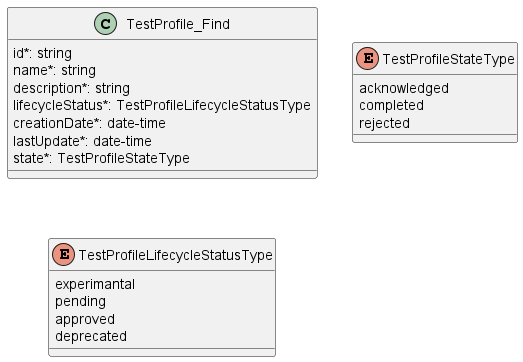
The PlantUML diagram documentation/serviceApi/sft/serviceTest/media/useCase2Model.png in MEF-GIT/MEF-LSO-Legato-SDK, before a commit. Source of this version:
```plantuml
@startuml useCase2Model

class TestProfile_Find {

    id*: string
    name*: string
    description*: string
    lifecycleStatus*: TestProfileLifecycleStatusType
    creationDate*: date-time
    lastUpdate*: date-time
    state*: TestProfileStateType
}

enum TestProfileStateType {

    acknowledged
    completed
    rejected
}


enum TestProfileLifecycleStatusType {
    experimantal
    pending
    approved
    deprecated
}

@enduml
```
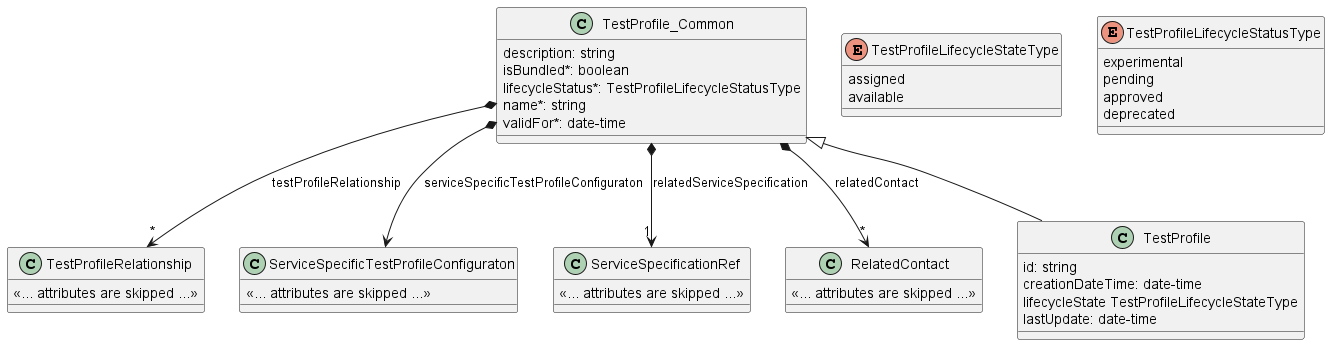
Above is the later version.

What changed in the source:
```diff
@@ -1,29 +1,60 @@
 @startuml useCase2Model
 
-class TestProfile_Find {
+class TestProfile_Common {
 
-    id*: string
+    description: string
+    isBundled*: boolean
+    lifecycleStatus*: TestProfileLifecycleStatusType
     name*: string
-    description*: string
-    lifecycleStatus*: TestProfileLifecycleStatusType
-    creationDate*: date-time
-    lastUpdate*: date-time
-    state*: TestProfileStateType
+    validFor*: date-time
 }
 
-enum TestProfileStateType {
-
-    acknowledged
-    completed
-    rejected
-}
+TestProfile_Common *-->"*" TestProfileRelationship : testProfileRelationship
+TestProfile_Common *--> ServiceSpecificTestProfileConfiguraton : serviceSpecificTestProfileConfiguraton
+TestProfile_Common *-->"1" ServiceSpecificationRef : relatedServiceSpecification
+TestProfile_Common *-->"*" RelatedContact : relatedContact
 
 
+class TestProfile {
+
+    id: string
+    creationDateTime: date-time
+    lifecycleState TestProfileLifecycleStateType
+    lastUpdate: date-time
+}
+TestProfile_Common <|-- TestProfile
+
+enum TestProfileLifecycleStateType {
+
+    assigned
+    available
+}
 enum TestProfileLifecycleStatusType {
-    experimantal
+
+    experimental
     pending
     approved
     deprecated
 }
 
+class TestProfileRelationship {
+
+    <<... attributes are skipped ...>>
+}
+
+class ServiceSpecificTestProfileConfiguraton {
+
+    <<... attributes are skipped ...>>
+}
+
+class ServiceSpecificationRef {
+
+    <<... attributes are skipped ...>>
+}
+
+class RelatedContact {
+
+    <<... attributes are skipped ...>>
+}
+
 @enduml
```
